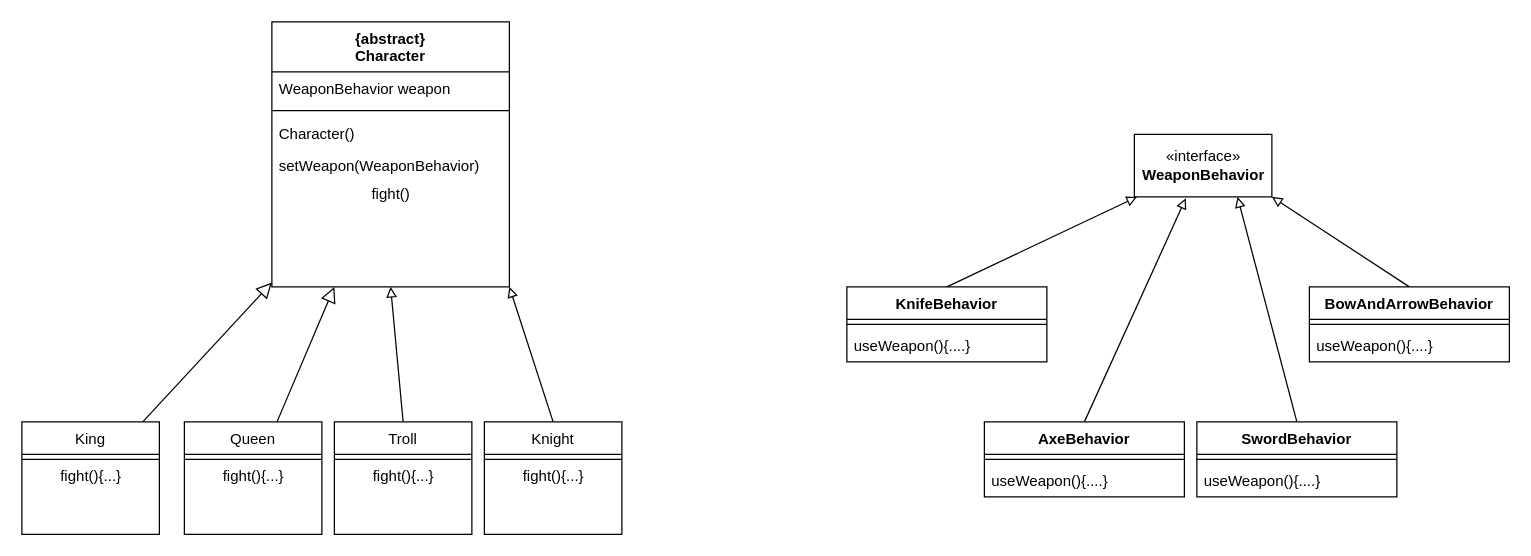
Earlier version of the draw.io diagram IngSoftPDWeapon.drawio (NehemiasMercau/IngenieriaDeSoftware). Source tidied: cells renumbered, new cells numbered last; positions are measured from the earlier drawing's top-left corner, leaving out a move shared by most shapes. Both pictures are drawn from the tidied source at 125%, with x=0, y=0 at pixel (21, 21).
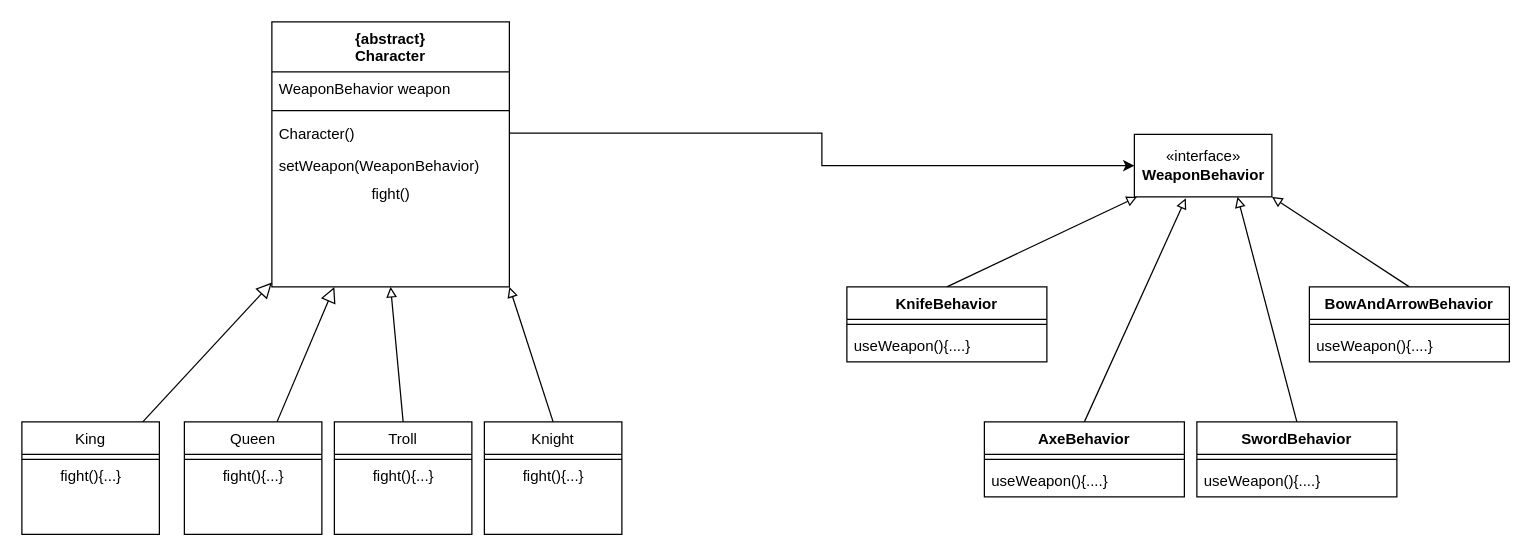
Above is the later version.

The change refers to these unchanged cells:
```xml
<mxCell id="5" value="Character()&#10;" style="text;align=left;verticalAlign=top;spacingLeft=4;spacingRight=4;overflow=hidden;points=[[0,0.5],[1,0.5]];portConstraint=eastwest;" parent="2" vertex="1">
  <mxGeometry y="76" width="190" height="26" as="geometry" />
</mxCell>
<mxCell id="24" value="«interface»&lt;br&gt;&lt;b&gt;WeaponBehavior&lt;/b&gt;" style="html=1;" parent="1" vertex="1">
  <mxGeometry x="890" y="90" width="110" height="50" as="geometry" />
</mxCell>
```

What changed in the source:
```diff
@@
+    <mxCell id="41" style="edgeStyle=orthogonalEdgeStyle;rounded=0;jettySize=auto;html=1;exitX=1;exitY=0.5;exitDx=0;exitDy=0;entryX=0;entryY=0.5;entryDx=0;entryDy=0;" parent="1" edge="1" source="5" target="24">
+      <mxGeometry relative="1" as="geometry" />
+    </mxCell>
```
